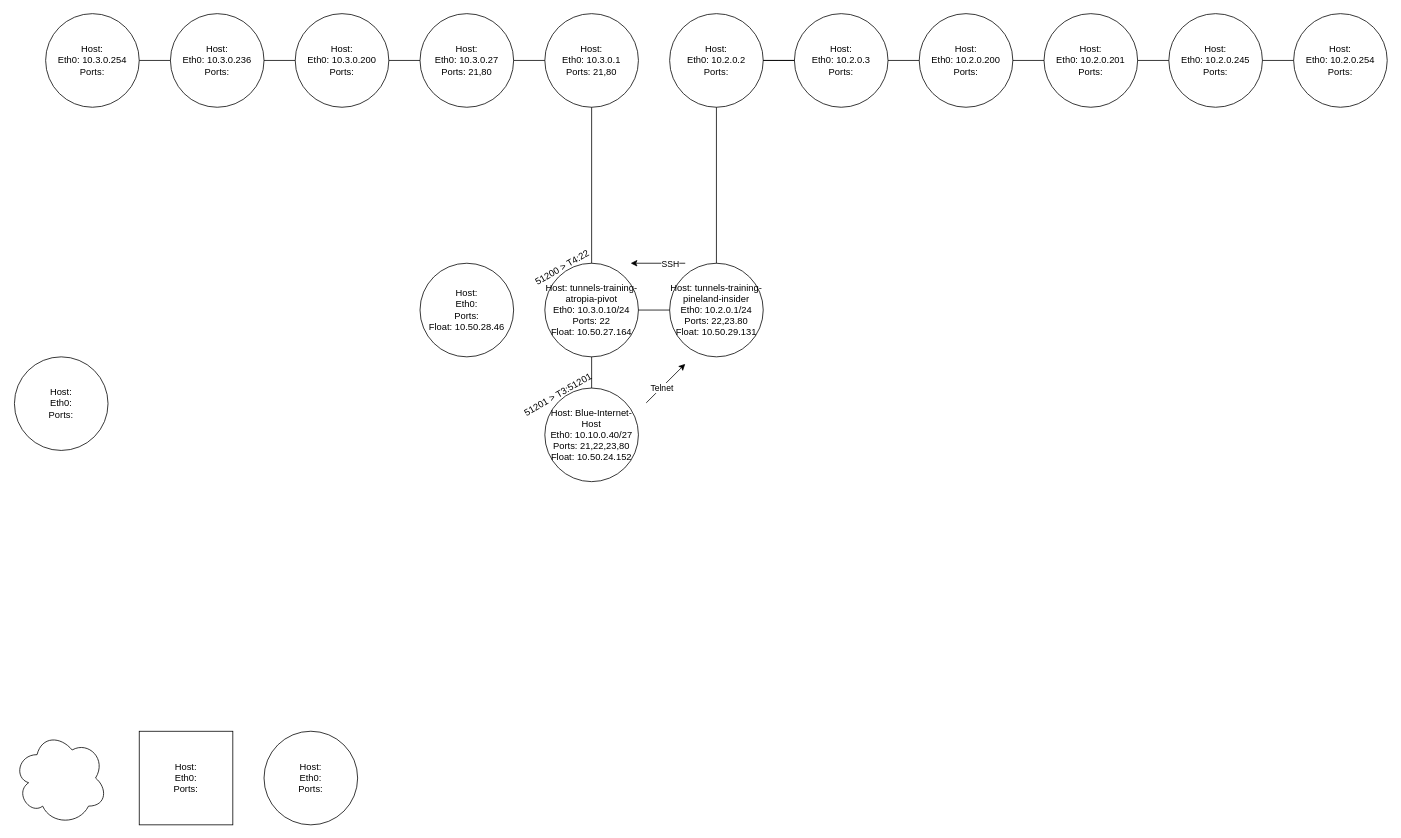
This is Untitled Diagram.drawio from matthewjrobinson24/networking, a draw.io file, before an edit. Source tidied: cells renumbered, new cells numbered last; positions are measured from the earlier drawing's top-left corner, leaving out a move shared by most shapes. Both pictures are drawn from the tidied source at 78%, with x=0, y=0 at pixel (13, 13).
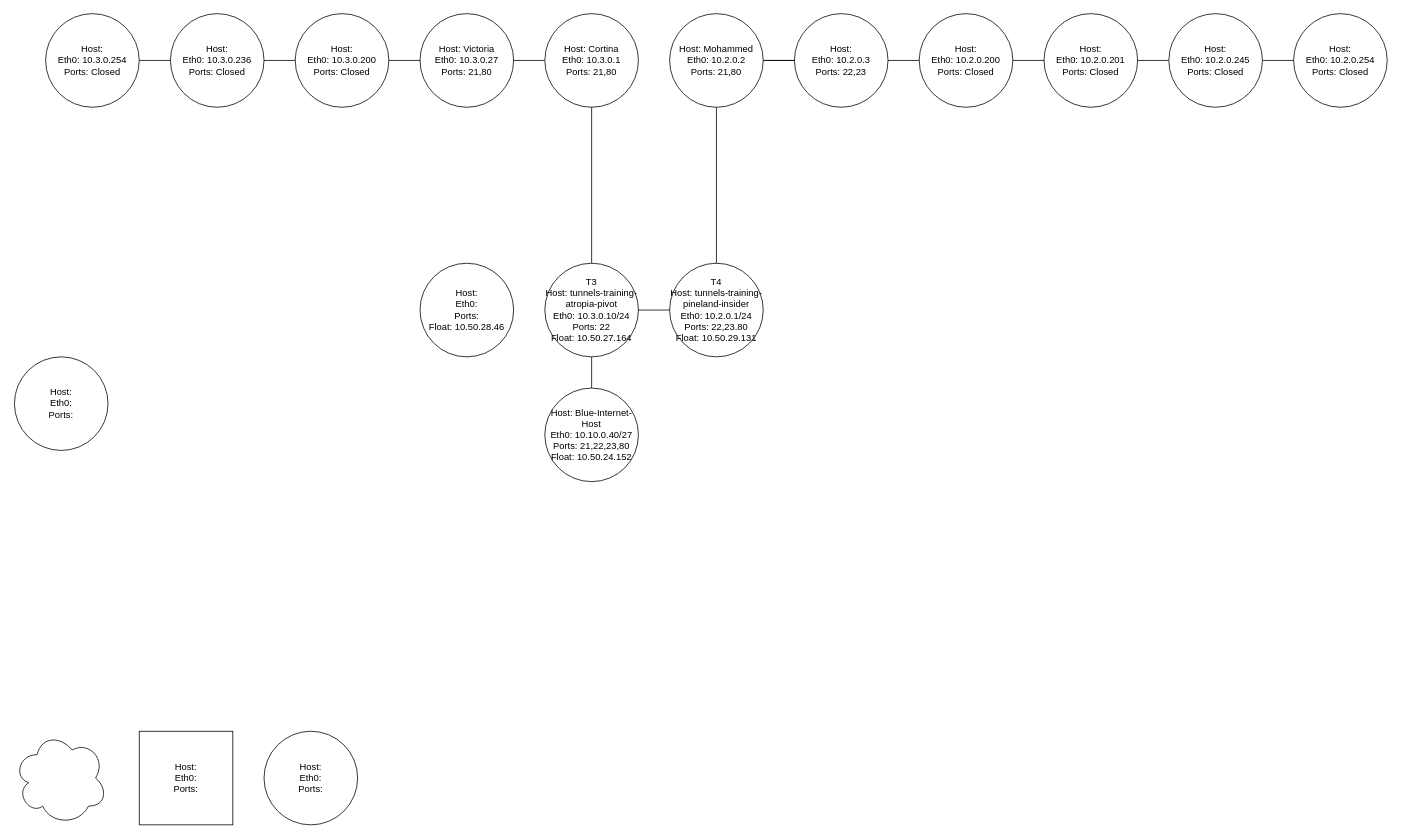
The same diagram, later.

Diff of the diagram source:
```diff
@@
-    <mxCell id="6" value="&lt;div&gt;Host: tunnels-training-atropia-pivot&lt;br&gt;&lt;/div&gt;&lt;div&gt;Eth0: 10.3.0.10/24&lt;br&gt;&lt;/div&gt;&lt;div&gt;Ports: 22&lt;/div&gt;&lt;div&gt;Float: 10.50.27.164&lt;br&gt;&lt;/div&gt;" style="ellipse;whiteSpace=wrap;html=1;" parent="1" vertex="1">
+    <mxCell id="6" value="&lt;div&gt;T3&lt;br&gt;&lt;/div&gt;&lt;div&gt;Host: tunnels-training-atropia-pivot&lt;br&gt;&lt;/div&gt;&lt;div&gt;Eth0: 10.3.0.10/24&lt;br&gt;&lt;/div&gt;&lt;div&gt;Ports: 22&lt;/div&gt;&lt;div&gt;Float: 10.50.27.164&lt;br&gt;&lt;/div&gt;" style="ellipse;whiteSpace=wrap;html=1;" parent="1" vertex="1">
       <mxGeometry x="681" y="320" width="120" height="120" as="geometry" />
     </mxCell>
-    <mxCell id="7" value="&lt;div&gt;Host: tunnels-training-pineland-insider&lt;br&gt;&lt;/div&gt;&lt;div&gt;Eth0: 10.2.0.1/24&lt;br&gt;&lt;/div&gt;&lt;div&gt;Ports: 22,23.80&lt;/div&gt;&lt;div&gt;Float: 10.50.29.131&lt;br&gt;&lt;/div&gt;" style="ellipse;whiteSpace=wrap;html=1;" parent="1" vertex="1">
+    <mxCell id="7" value="&lt;div&gt;T4&lt;br&gt;&lt;/div&gt;&lt;div&gt;Host: tunnels-training-pineland-insider&lt;br&gt;&lt;/div&gt;&lt;div&gt;Eth0: 10.2.0.1/24&lt;br&gt;&lt;/div&gt;&lt;div&gt;Ports: 22,23.80&lt;/div&gt;&lt;div&gt;Float: 10.50.29.131&lt;br&gt;&lt;/div&gt;" style="ellipse;whiteSpace=wrap;html=1;" parent="1" vertex="1">
       <mxGeometry x="841" y="320" width="120" height="120" as="geometry" />
     </mxCell>
@@
-    <mxCell id="9" value="&lt;div&gt;Host: &lt;br&gt;&lt;/div&gt;&lt;div&gt;Eth0: 10.2.0.2&lt;br&gt;&lt;/div&gt;&lt;div&gt;Ports: &lt;br&gt;&lt;/div&gt;" style="ellipse;whiteSpace=wrap;html=1;" parent="1" vertex="1">
+    <mxCell id="9" value="&lt;div&gt;Host: Mohammed&lt;br&gt;&lt;/div&gt;&lt;div&gt;Eth0: 10.2.0.2&lt;br&gt;&lt;/div&gt;&lt;div&gt;Ports: 21,80&lt;br&gt;&lt;/div&gt;" style="ellipse;whiteSpace=wrap;html=1;" parent="1" vertex="1">
       <mxGeometry x="841" width="120" height="120" as="geometry" />
     </mxCell>
-    <mxCell id="10" value="&lt;div&gt;Host: &lt;br&gt;&lt;/div&gt;&lt;div&gt;Eth0: 10.2.0.3&lt;br&gt;&lt;/div&gt;&lt;div&gt;Ports: &lt;br&gt;&lt;/div&gt;" style="ellipse;whiteSpace=wrap;html=1;" parent="1" vertex="1">
+    <mxCell id="10" value="&lt;div&gt;Host: &lt;br&gt;&lt;/div&gt;&lt;div&gt;Eth0: 10.2.0.3&lt;br&gt;&lt;/div&gt;&lt;div&gt;Ports: 22,23&lt;br&gt;&lt;/div&gt;" style="ellipse;whiteSpace=wrap;html=1;" parent="1" vertex="1">
       <mxGeometry x="1001" width="120" height="120" as="geometry" />
     </mxCell>
-    <mxCell id="11" value="&lt;div&gt;Host: &lt;br&gt;&lt;/div&gt;&lt;div&gt;Eth0: 10.2.0.201&lt;br&gt;&lt;/div&gt;&lt;div&gt;Ports: &lt;br&gt;&lt;/div&gt;" style="ellipse;whiteSpace=wrap;html=1;" parent="1" vertex="1">
+    <mxCell id="11" value="&lt;div&gt;Host: &lt;br&gt;&lt;/div&gt;&lt;div&gt;Eth0: 10.2.0.201&lt;br&gt;&lt;/div&gt;&lt;div&gt;Ports: Closed&lt;br&gt;&lt;/div&gt;" style="ellipse;whiteSpace=wrap;html=1;" parent="1" vertex="1">
       <mxGeometry x="1321" width="120" height="120" as="geometry" />
     </mxCell>
-    <mxCell id="12" value="&lt;div&gt;Host: &lt;br&gt;&lt;/div&gt;&lt;div&gt;Eth0: 10.2.0.245&lt;br&gt;&lt;/div&gt;&lt;div&gt;Ports: &lt;br&gt;&lt;/div&gt;" style="ellipse;whiteSpace=wrap;html=1;" parent="1" vertex="1">
+    <mxCell id="12" value="&lt;div&gt;Host: &lt;br&gt;&lt;/div&gt;&lt;div&gt;Eth0: 10.2.0.245&lt;br&gt;&lt;/div&gt;&lt;div&gt;Ports: Closed&lt;br&gt;&lt;/div&gt;" style="ellipse;whiteSpace=wrap;html=1;" parent="1" vertex="1">
       <mxGeometry x="1481" width="120" height="120" as="geometry" />
     </mxCell>
-    <mxCell id="13" value="&lt;div&gt;Host: &lt;br&gt;&lt;/div&gt;&lt;div&gt;Eth0: 10.2.0.200&lt;br&gt;&lt;/div&gt;&lt;div&gt;Ports: &lt;br&gt;&lt;/div&gt;" style="ellipse;whiteSpace=wrap;html=1;" parent="1" vertex="1">
+    <mxCell id="13" value="&lt;div&gt;Host: &lt;br&gt;&lt;/div&gt;&lt;div&gt;Eth0: 10.2.0.200&lt;br&gt;&lt;/div&gt;&lt;div&gt;Ports: Closed&lt;br&gt;&lt;/div&gt;" style="ellipse;whiteSpace=wrap;html=1;" parent="1" vertex="1">
       <mxGeometry x="1161" width="120" height="120" as="geometry" />
     </mxCell>
@@
-    <mxCell id="23" value="&lt;div&gt;Host: &lt;br&gt;&lt;/div&gt;&lt;div&gt;Eth0: 10.3.0.1&lt;br&gt;&lt;/div&gt;&lt;div&gt;Ports: 21,80&lt;br&gt;&lt;/div&gt;" style="ellipse;whiteSpace=wrap;html=1;" parent="1" vertex="1">
+    <mxCell id="23" value="&lt;div&gt;Host: Cortina&lt;br&gt;&lt;/div&gt;&lt;div&gt;Eth0: 10.3.0.1&lt;br&gt;&lt;/div&gt;&lt;div&gt;Ports: 21,80&lt;br&gt;&lt;/div&gt;" style="ellipse;whiteSpace=wrap;html=1;" parent="1" vertex="1">
       <mxGeometry x="681" width="120" height="120" as="geometry" />
     </mxCell>
-    <mxCell id="24" value="&lt;div&gt;Host: &lt;br&gt;&lt;/div&gt;&lt;div&gt;Eth0: 10.3.0.200&lt;br&gt;&lt;/div&gt;&lt;div&gt;Ports: &lt;br&gt;&lt;/div&gt;" style="ellipse;whiteSpace=wrap;html=1;" parent="1" vertex="1">
+    <mxCell id="24" value="&lt;div&gt;Host: &lt;br&gt;&lt;/div&gt;&lt;div&gt;Eth0: 10.3.0.200&lt;br&gt;&lt;/div&gt;&lt;div&gt;Ports: Closed&lt;br&gt;&lt;/div&gt;" style="ellipse;whiteSpace=wrap;html=1;" parent="1" vertex="1">
       <mxGeometry x="361" width="120" height="120" as="geometry" />
     </mxCell>
@@
-    <mxCell id="26" value="&lt;div&gt;Host: &lt;br&gt;&lt;/div&gt;&lt;div&gt;Eth0: 10.3.0.236&lt;br&gt;&lt;/div&gt;&lt;div&gt;Ports: &lt;br&gt;&lt;/div&gt;" style="ellipse;whiteSpace=wrap;html=1;" parent="1" vertex="1">
+    <mxCell id="26" value="&lt;div&gt;Host: &lt;br&gt;&lt;/div&gt;&lt;div&gt;Eth0: 10.3.0.236&lt;br&gt;&lt;/div&gt;&lt;div&gt;Ports: Closed&lt;br&gt;&lt;/div&gt;" style="ellipse;whiteSpace=wrap;html=1;" parent="1" vertex="1">
       <mxGeometry x="201" width="120" height="120" as="geometry" />
     </mxCell>
-    <mxCell id="27" value="&lt;div&gt;Host: &lt;br&gt;&lt;/div&gt;&lt;div&gt;Eth0: 10.3.0.27&lt;br&gt;&lt;/div&gt;&lt;div&gt;Ports: 21,80&lt;br&gt;&lt;/div&gt;" style="ellipse;whiteSpace=wrap;html=1;" parent="1" vertex="1">
+    <mxCell id="27" value="&lt;div&gt;Host: Victoria&lt;br&gt;&lt;/div&gt;&lt;div&gt;Eth0: 10.3.0.27&lt;br&gt;&lt;/div&gt;&lt;div&gt;Ports: 21,80&lt;br&gt;&lt;/div&gt;" style="ellipse;whiteSpace=wrap;html=1;" parent="1" vertex="1">
       <mxGeometry x="521" width="120" height="120" as="geometry" />
     </mxCell>
@@
-    <mxCell id="31" value="&lt;div&gt;Host: &lt;br&gt;&lt;/div&gt;&lt;div&gt;Eth0: 10.3.0.254&lt;br&gt;&lt;/div&gt;&lt;div&gt;Ports: &lt;br&gt;&lt;/div&gt;" style="ellipse;whiteSpace=wrap;html=1;" parent="1" vertex="1">
+    <mxCell id="31" value="&lt;div&gt;Host: &lt;br&gt;&lt;/div&gt;&lt;div&gt;Eth0: 10.3.0.254&lt;br&gt;&lt;/div&gt;&lt;div&gt;Ports: Closed&lt;br&gt;&lt;/div&gt;" style="ellipse;whiteSpace=wrap;html=1;" parent="1" vertex="1">
       <mxGeometry x="41" width="120" height="120" as="geometry" />
     </mxCell>
-    <mxCell id="32" value="&lt;div&gt;Host: &lt;br&gt;&lt;/div&gt;&lt;div&gt;Eth0: 10.2.0.254&lt;br&gt;&lt;/div&gt;&lt;div&gt;Ports: &lt;br&gt;&lt;/div&gt;" style="ellipse;whiteSpace=wrap;html=1;" parent="1" vertex="1">
+    <mxCell id="32" value="&lt;div&gt;Host: &lt;br&gt;&lt;/div&gt;&lt;div&gt;Eth0: 10.2.0.254&lt;br&gt;&lt;/div&gt;&lt;div&gt;Ports: Closed&lt;br&gt;&lt;/div&gt;" style="ellipse;whiteSpace=wrap;html=1;" parent="1" vertex="1">
       <mxGeometry x="1641" width="120" height="120" as="geometry" />
     </mxCell>
@@
-    <mxCell id="35" value="&lt;div align=&quot;left&quot;&gt;51200 &amp;gt; T4:22&lt;/div&gt;" style="text;html=1;align=left;verticalAlign=middle;whiteSpace=wrap;rounded=0;rotation=-30;" parent="1" vertex="1">
-      <mxGeometry x="659" y="291" width="140" height="40" as="geometry" />
-    </mxCell>
-    <mxCell id="36" value="&lt;div align=&quot;left&quot;&gt;51201 &amp;gt; T3:51201&lt;/div&gt;" style="text;html=1;align=left;verticalAlign=middle;whiteSpace=wrap;rounded=0;rotation=-30;" parent="1" vertex="1">
-      <mxGeometry x="645" y="459" width="140" height="40" as="geometry" />
-    </mxCell>
-    <mxCell id="37" style="endArrow=classic;html=1;rounded=0;" parent="1" edge="1">
-      <mxGeometry relative="1" as="geometry">
-        <mxPoint x="811" y="499" as="sourcePoint" />
-        <mxPoint x="861" y="449" as="targetPoint" />
-      </mxGeometry>
-    </mxCell>
-    <mxCell id="38" value="Telnet" style="edgeLabel;html=1;align=center;verticalAlign=middle;" parent="37" vertex="1">
-      <mxGeometry x="-0.22" y="-1" relative="1" as="geometry">
-        <mxPoint x="-1" as="offset" />
-      </mxGeometry>
-    </mxCell>
-    <mxCell id="39" style="endArrow=classic;html=1;rounded=0;" parent="1" edge="1">
-      <mxGeometry relative="1" as="geometry">
-        <mxPoint x="861" y="320" as="sourcePoint" />
-        <mxPoint x="791" y="320" as="targetPoint" />
-      </mxGeometry>
-    </mxCell>
-    <mxCell id="40" value="SSH" style="edgeLabel;html=1;align=center;verticalAlign=middle;" parent="39" vertex="1">
-      <mxGeometry x="-0.43" relative="1" as="geometry" />
-    </mxCell>
```
